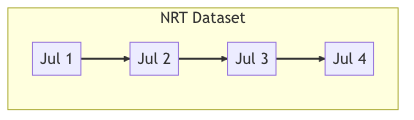
Before: Documentation/Design/ExportScripts/CarbonPortal/J1-4_NRT.png, a diagram exported from Mermaid (quince-science/QuinCe). Its source is kept beside it as Documentation/Design/ExportScripts/CarbonPortal/J1-4_NRT.mermaid.
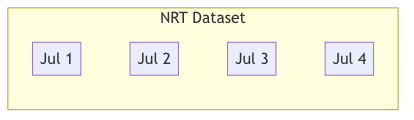
Later version of the same file.

Change to the diagram source:
```diff
@@ -4,7 +4,7 @@
     nrt_2[Jul 2]
     nrt_3[Jul 3]
     nrt_4[Jul 4]
-    nrt_1-->nrt_2
-    nrt_2-->nrt_3
-    nrt_3-->nrt_4
+    nrt_1~~~nrt_2
+    nrt_2~~~nrt_3
+    nrt_3~~~nrt_4
   end
```
